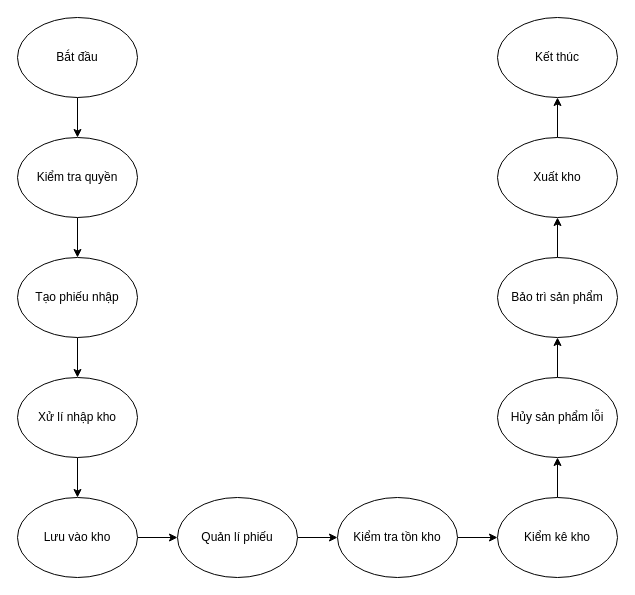
Before: page "QT_Nhập kho" (3 of 4) of Itcctv_shop Design.drawio in itcctvsoft/Itcctv_shop_design, a draw.io diagram. Source tidied: cells renumbered, new cells numbered last; positions are measured from the earlier drawing's top-left corner, leaving out a move shared by most shapes. Both pictures are drawn from the tidied source at 100%, with x=0, y=0 at pixel (17, 17).
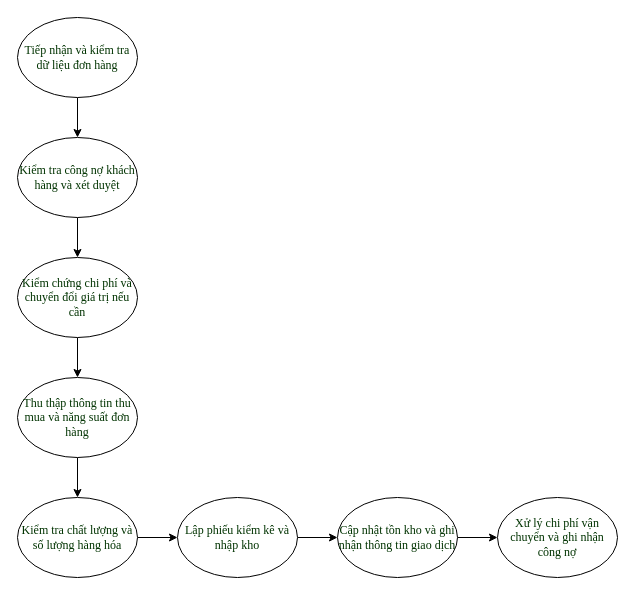
The same page after the edit.

The edit, as a diff of the source:
```diff
@@
-    <mxCell id="3" value="Bắt đầu" style="ellipse;whiteSpace=wrap;html=1;" parent="1" vertex="1">
+    <mxCell id="3" value="&lt;p class=&quot;MsoNormal&quot;&gt;&lt;span style=&quot;mso-spacerun:'yes';font-family:'Times New Roman';color:rgb(0,51,0);&lt;br/&gt;font-size:13,0000pt;&quot;&gt;Tiếp nhận và kiểm tra dữ liệu đơn hàng&lt;/span&gt;&lt;/p&gt;" style="ellipse;whiteSpace=wrap;html=1;" parent="1" vertex="1">
       <mxGeometry width="120" height="80" as="geometry" />
     </mxCell>
@@
-    <mxCell id="5" value="Kiểm tra quyền" style="ellipse;whiteSpace=wrap;html=1;" parent="1" vertex="1">
+    <mxCell id="5" value="&lt;p class=&quot;MsoNormal&quot;&gt;&lt;span style=&quot;mso-spacerun:'yes';font-family:'Times New Roman';color:rgb(0,51,0);&lt;br/&gt;font-size:13,0000pt;&quot;&gt;Kiểm tra công nợ khách hàng và xét duyệt&lt;/span&gt;&lt;/p&gt;" style="ellipse;whiteSpace=wrap;html=1;" parent="1" vertex="1">
       <mxGeometry y="120" width="120" height="80" as="geometry" />
     </mxCell>
@@
-    <mxCell id="7" value="Tạo phiếu nhập" style="ellipse;whiteSpace=wrap;html=1;" parent="1" vertex="1">
+    <mxCell id="7" value="&lt;p class=&quot;MsoNormal&quot;&gt;&lt;span style=&quot;mso-spacerun:'yes';font-family:'Times New Roman';color:rgb(0,51,0);&lt;br/&gt;font-size:13,0000pt;&quot;&gt;Kiểm chứng chi phí và chuyển đổi giá trị nếu cần&lt;/span&gt;&lt;/p&gt;" style="ellipse;whiteSpace=wrap;html=1;" parent="1" vertex="1">
       <mxGeometry y="240" width="120" height="80" as="geometry" />
     </mxCell>
@@
-    <mxCell id="9" value="Xử lí nhập kho" style="ellipse;whiteSpace=wrap;html=1;" parent="1" vertex="1">
+    <mxCell id="9" value="&lt;p class=&quot;MsoNormal&quot;&gt;&lt;span style=&quot;mso-spacerun:'yes';font-family:'Times New Roman';color:rgb(0,51,0);&lt;br/&gt;font-size:13,0000pt;&quot;&gt;Thu thập thông tin thu mua và năng suất đơn hàng&lt;/span&gt;&lt;/p&gt;" style="ellipse;whiteSpace=wrap;html=1;" parent="1" vertex="1">
       <mxGeometry y="360" width="120" height="80" as="geometry" />
     </mxCell>
@@
-    <mxCell id="11" value="Lưu vào kho" style="ellipse;whiteSpace=wrap;html=1;" parent="1" vertex="1">
+    <mxCell id="11" value="&lt;p class=&quot;MsoNormal&quot;&gt;&lt;span style=&quot;mso-spacerun:'yes';font-family:'Times New Roman';color:rgb(0,51,0);&lt;br/&gt;font-size:13,0000pt;&quot;&gt;Kiểm tra chất lượng và số lượng hàng hóa&lt;/span&gt;&lt;/p&gt;" style="ellipse;whiteSpace=wrap;html=1;" parent="1" vertex="1">
       <mxGeometry y="480" width="120" height="80" as="geometry" />
     </mxCell>
@@
-    <mxCell id="13" value="Quản lí phiếu" style="ellipse;whiteSpace=wrap;html=1;" parent="1" vertex="1">
+    <mxCell id="13" value="&lt;p class=&quot;MsoNormal&quot;&gt;&lt;span style=&quot;font-family: &amp;quot;Times New Roman&amp;quot;; color: rgb(0, 51, 0);&quot;&gt;Lập phiếu kiểm kê và nhập kho&lt;/span&gt;&lt;span style=&quot;font-family: &amp;quot;Times New Roman&amp;quot;; color: rgb(0, 51, 0);&quot;&gt;&lt;/span&gt;&lt;/p&gt;" style="ellipse;whiteSpace=wrap;html=1;" parent="1" vertex="1">
       <mxGeometry x="160" y="480" width="120" height="80" as="geometry" />
     </mxCell>
@@
-    <mxCell id="15" value="Kiểm tra tồn kho" style="ellipse;whiteSpace=wrap;html=1;" parent="1" vertex="1">
+    <mxCell id="15" value="&lt;p class=&quot;MsoNormal&quot;&gt;&lt;span style=&quot;mso-spacerun:'yes';font-family:'Times New Roman';color:rgb(0,51,0);&lt;br/&gt;font-size:13,0000pt;&quot;&gt;Cập nhật tồn kho và ghi nhận thông tin giao dịch&lt;/span&gt;&lt;/p&gt;" style="ellipse;whiteSpace=wrap;html=1;" parent="1" vertex="1">
       <mxGeometry x="320" y="480" width="120" height="80" as="geometry" />
     </mxCell>
-    <mxCell id="16" style="edgeStyle=orthogonalEdgeStyle;rounded=0;jettySize=auto;html=1;exitX=0.5;exitY=0;exitDx=0;exitDy=0;entryX=0.5;entryY=1;entryDx=0;entryDy=0;" parent="1" edge="1" source="17" target="19">
-      <mxGeometry relative="1" as="geometry" />
-    </mxCell>
-    <mxCell id="17" value="Kiểm kê kho" style="ellipse;whiteSpace=wrap;html=1;" parent="1" vertex="1">
+    <mxCell id="17" value="&lt;p class=&quot;MsoNormal&quot;&gt;&lt;span style=&quot;mso-spacerun:'yes';font-family:'Times New Roman';color:rgb(0,51,0);&lt;br/&gt;font-size:13,0000pt;&quot;&gt;Xử lý chi phí vận chuyển và ghi nhận công nợ&lt;/span&gt;&lt;span style=&quot;mso-spacerun:'yes';font-family:'Times New Roman';color:rgb(0,51,0);&lt;br/&gt;font-size:13,0000pt;&quot;&gt;&lt;/span&gt;&lt;/p&gt;" style="ellipse;whiteSpace=wrap;html=1;" parent="1" vertex="1">
       <mxGeometry x="480" y="480" width="120" height="80" as="geometry" />
     </mxCell>
-    <mxCell id="18" style="edgeStyle=orthogonalEdgeStyle;rounded=0;jettySize=auto;html=1;exitX=0.5;exitY=0;exitDx=0;exitDy=0;entryX=0.5;entryY=1;entryDx=0;entryDy=0;" parent="1" edge="1" source="19" target="21">
-      <mxGeometry relative="1" as="geometry" />
-    </mxCell>
-    <mxCell id="19" value="Hủy sản phẩm lỗi" style="ellipse;whiteSpace=wrap;html=1;" parent="1" vertex="1">
-      <mxGeometry x="480" y="360" width="120" height="80" as="geometry" />
-    </mxCell>
-    <mxCell id="20" style="edgeStyle=orthogonalEdgeStyle;rounded=0;jettySize=auto;html=1;exitX=0.5;exitY=0;exitDx=0;exitDy=0;entryX=0.5;entryY=1;entryDx=0;entryDy=0;" parent="1" edge="1" source="21" target="23">
-      <mxGeometry relative="1" as="geometry" />
-    </mxCell>
-    <mxCell id="21" value="Bảo trì sản phẩm" style="ellipse;whiteSpace=wrap;html=1;" parent="1" vertex="1">
-      <mxGeometry x="480" y="240" width="120" height="80" as="geometry" />
-    </mxCell>
-    <mxCell id="22" style="edgeStyle=orthogonalEdgeStyle;rounded=0;jettySize=auto;html=1;exitX=0.5;exitY=0;exitDx=0;exitDy=0;" parent="1" edge="1" source="23" target="24">
-      <mxGeometry relative="1" as="geometry" />
-    </mxCell>
-    <mxCell id="23" value="Xuất kho" style="ellipse;whiteSpace=wrap;html=1;" parent="1" vertex="1">
-      <mxGeometry x="480" y="120" width="120" height="80" as="geometry" />
-    </mxCell>
-    <mxCell id="24" value="Kết thúc" style="ellipse;whiteSpace=wrap;html=1;" parent="1" vertex="1">
-      <mxGeometry x="480" width="120" height="80" as="geometry" />
-    </mxCell>
```
